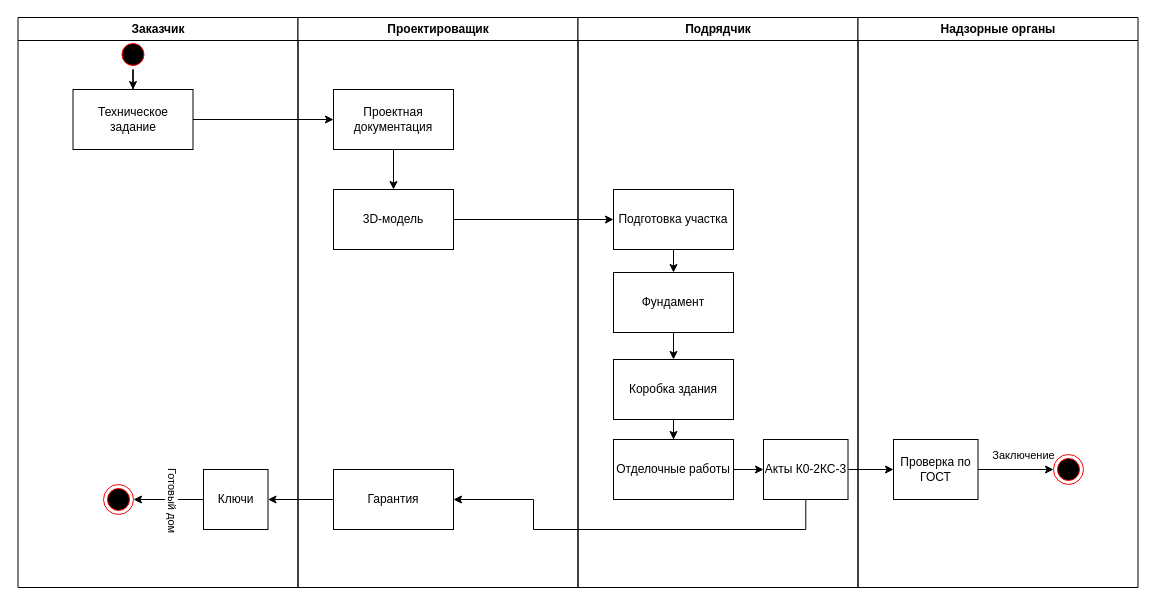
The draw.io diagram diagrams/UML_ACTIVITY.drawio in lLegionl/BuildYourDream, before the edit. Source tidied: cells renumbered, new cells numbered last; positions are measured from the earlier drawing's top-left corner, leaving out a move shared by most shapes. Both pictures are drawn from the tidied source at 100%, with x=0, y=0 at pixel (17, 17).
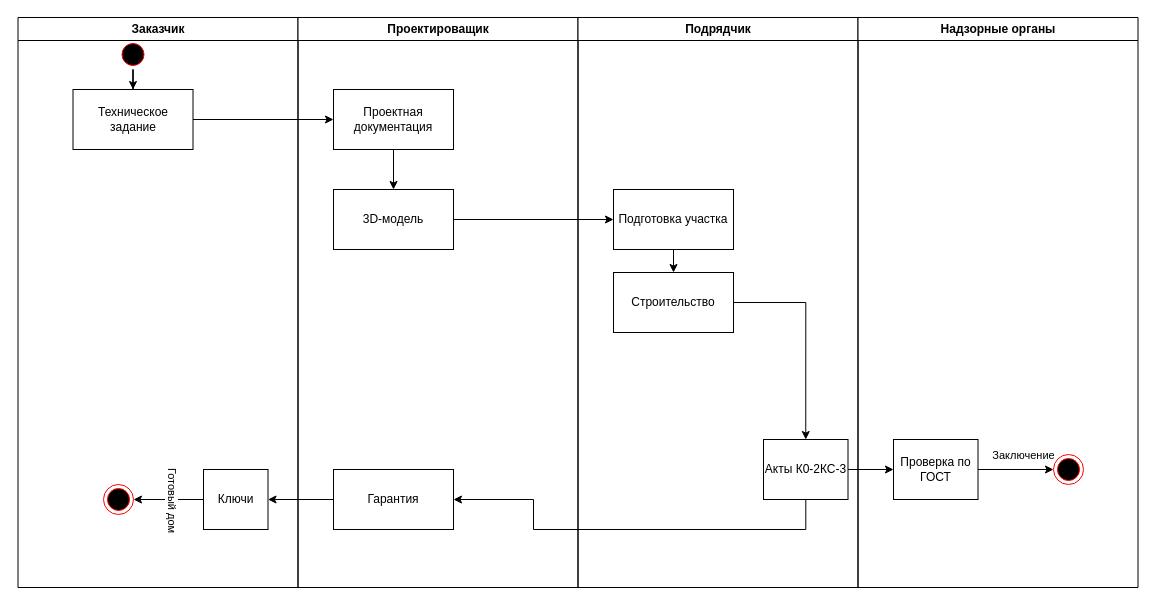
After the change.

Unchanged cells that the change refers to:
```xml
<mxCell id="15" value="Подрядчик" style="swimlane;whiteSpace=wrap;" parent="1" vertex="1">
  <mxGeometry x="560.5" width="280" height="570" as="geometry" />
</mxCell>
<mxCell id="17" value="Подготовка участка" style="rounded=0;whiteSpace=wrap;html=1;" parent="15" vertex="1">
  <mxGeometry x="35.5" y="172" width="120" height="60" as="geometry" />
</mxCell>
<mxCell id="24" value="Акты К0-2КС-3" style="rounded=0;whiteSpace=wrap;html=1;" parent="15" vertex="1">
  <mxGeometry x="185.5" y="422" width="84.5" height="60" as="geometry" />
</mxCell>
```

What changed in the source:
```diff
@@
-    <mxCell id="16" style="edgeStyle=orthogonalEdgeStyle;rounded=0;jettySize=auto;html=1;entryX=0.5;entryY=0;entryDx=0;entryDy=0;" parent="15" edge="1" source="17" target="19">
-      <mxGeometry relative="1" as="geometry" />
+    <mxCell id="16" style="edgeStyle=orthogonalEdgeStyle;rounded=0;jettySize=auto;html=1;entryX=0.5;entryY=0;entryDx=0;entryDy=0;" parent="15" edge="1" source="17">
+      <mxGeometry relative="1" as="geometry">
+        <mxPoint x="95.5" y="255" as="targetPoint" />
+      </mxGeometry>
     </mxCell>
@@
-    <mxCell id="18" style="edgeStyle=orthogonalEdgeStyle;rounded=0;jettySize=auto;html=1;entryX=0.5;entryY=0;entryDx=0;entryDy=0;" parent="15" edge="1" source="19" target="21">
-      <mxGeometry relative="1" as="geometry" />
-    </mxCell>
-    <mxCell id="19" value="Фундамент" style="rounded=0;whiteSpace=wrap;html=1;" parent="15" vertex="1">
-      <mxGeometry x="35.5" y="255" width="120" height="60" as="geometry" />
-    </mxCell>
-    <mxCell id="20" style="edgeStyle=orthogonalEdgeStyle;rounded=0;jettySize=auto;html=1;entryX=0.5;entryY=0;entryDx=0;entryDy=0;" parent="15" edge="1" source="21" target="23">
-      <mxGeometry relative="1" as="geometry" />
-    </mxCell>
-    <mxCell id="21" value="Коробка здания" style="rounded=0;whiteSpace=wrap;html=1;" parent="15" vertex="1">
-      <mxGeometry x="35.5" y="342" width="120" height="60" as="geometry" />
-    </mxCell>
-    <mxCell id="22" style="edgeStyle=orthogonalEdgeStyle;rounded=0;jettySize=auto;html=1;entryX=0;entryY=0.5;entryDx=0;entryDy=0;" parent="15" edge="1" source="23" target="24">
-      <mxGeometry relative="1" as="geometry" />
-    </mxCell>
-    <mxCell id="23" value="Отделочные работы" style="rounded=0;whiteSpace=wrap;html=1;" parent="15" vertex="1">
-      <mxGeometry x="35.5" y="422" width="120" height="60" as="geometry" />
-    </mxCell>
@@
+    <mxCell id="35" style="edgeStyle=orthogonalEdgeStyle;rounded=0;jettySize=auto;html=1;entryX=0.5;entryY=0;entryDx=0;entryDy=0;" parent="15" edge="1" source="36" target="24">
+      <mxGeometry relative="1" as="geometry" />
+    </mxCell>
+    <mxCell id="36" value="Строительство" style="rounded=0;whiteSpace=wrap;html=1;" parent="15" vertex="1">
+      <mxGeometry x="35.5" y="255" width="120" height="60" as="geometry" />
+    </mxCell>
```
